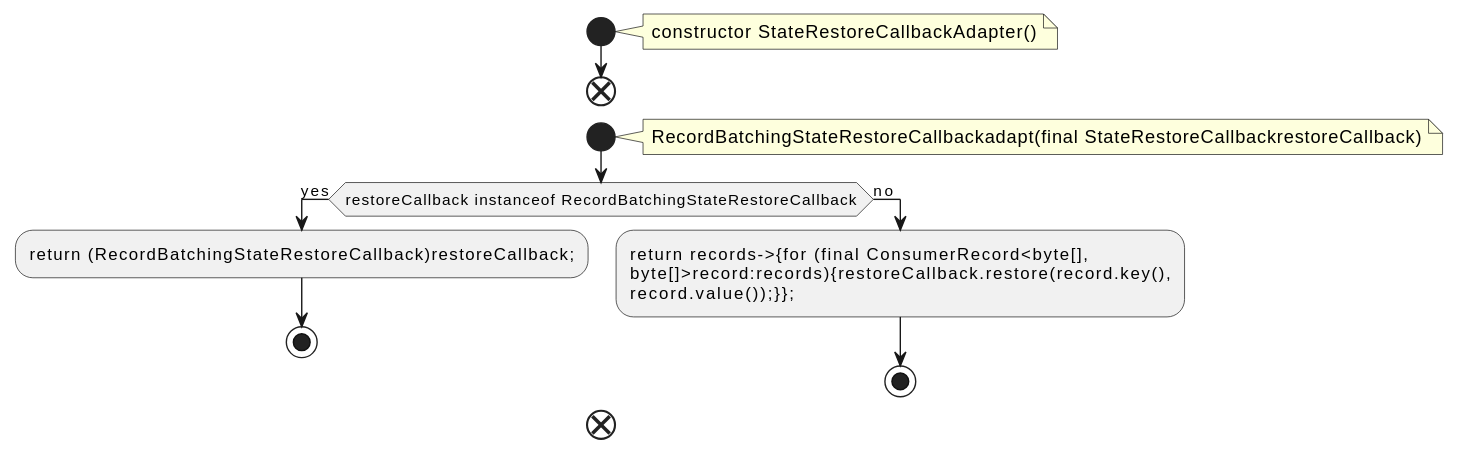
qualitesys/kafka keeps this PlantUML diagram as docs/qc/streams/src/main/java/org/apache/kafka/streams/processor/internals/StateRestoreCallbackAdapter.java.fct.svg. Above is the earlier version.
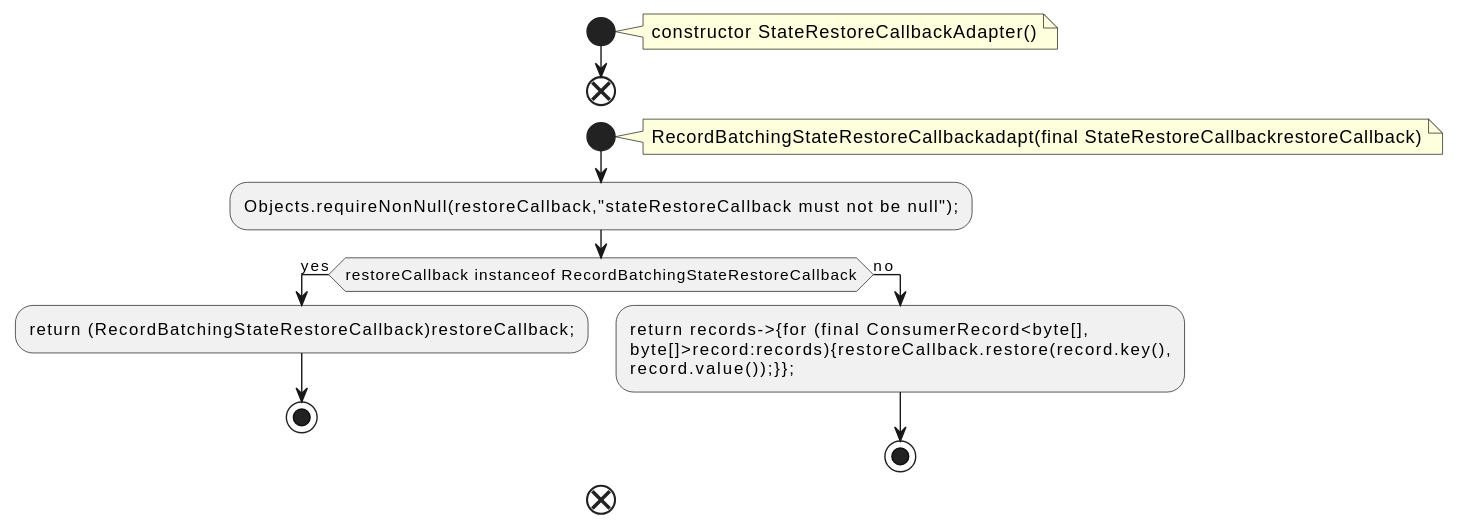
Later version of the same file.

What changed in the source:
```diff
@@ -9,6 +9,7 @@
 note right
 RecordBatchingStateRestoreCallbackadapt(final StateRestoreCallbackrestoreCallback)
 end note
+:Objects.requireNonNull(restoreCallback,"stateRestoreCallback must not be null");;
 if (restoreCallback instanceof RecordBatchingStateRestoreCallback) then (yes)
 :return (RecordBatchingStateRestoreCallback)restoreCallback;;
 stop
```
